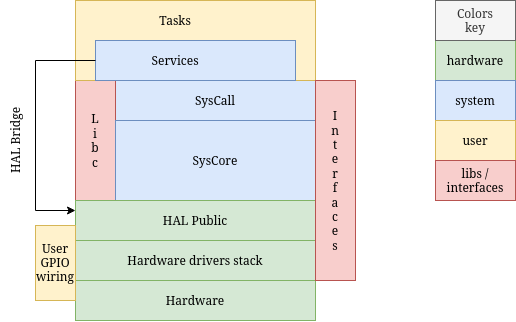
The draw.io diagram doc/TaskMate_layers_v10.png in spradere/TaskMate, before a commit. Source tidied: cells renumbered, new cells last; positions are measured from the earlier drawing's top-left corner, leaving out a move shared by most shapes. Source of this version:
```xml
<mxGraphModel>
  <root>
    <mxCell id="0" />
    <mxCell id="1" parent="0" />
    <mxCell id="2" style="rounded=0;whiteSpace=wrap;html=1;fillColor=#dae8fc;strokeColor=#6c8ebf;" parent="1" vertex="1">
      <mxGeometry x="150" y="80" width="200" height="40" as="geometry" />
    </mxCell>
    <mxCell id="3" style="rounded=0;whiteSpace=wrap;html=1;fillColor=#f8cecc;strokeColor=#b85450;" parent="1" vertex="1">
      <mxGeometry x="110" y="80" width="40" height="120" as="geometry" />
    </mxCell>
    <mxCell id="4" style="rounded=0;whiteSpace=wrap;html=1;fillColor=#fff2cc;strokeColor=#d6b656;" parent="1" vertex="1">
      <mxGeometry x="110" width="240" height="80" as="geometry" />
    </mxCell>
    <mxCell id="5" style="rounded=0;whiteSpace=wrap;html=1;fillColor=#dae8fc;strokeColor=#6c8ebf;" parent="1" vertex="1">
      <mxGeometry x="150" y="120" width="200" height="80" as="geometry" />
    </mxCell>
    <mxCell id="6" value="hardware" style="rounded=0;whiteSpace=wrap;html=1;fillColor=#d5e8d4;strokeColor=#82b366;" parent="1" vertex="1">
      <mxGeometry x="470" y="40" width="80" height="40" as="geometry" />
    </mxCell>
    <mxCell id="7" value="system" style="rounded=0;whiteSpace=wrap;html=1;fillColor=#dae8fc;strokeColor=#6c8ebf;" parent="1" vertex="1">
      <mxGeometry x="470" y="80" width="80" height="40" as="geometry" />
    </mxCell>
    <mxCell id="8" value="user" style="rounded=0;whiteSpace=wrap;html=1;fillColor=#fff2cc;strokeColor=#d6b656;" parent="1" vertex="1">
      <mxGeometry x="470" y="120" width="80" height="40" as="geometry" />
    </mxCell>
    <mxCell id="9" value="&lt;div&gt;Colors&lt;/div&gt;&lt;div&gt;key&lt;/div&gt;" style="rounded=0;whiteSpace=wrap;html=1;fillColor=#f5f5f5;fontColor=#333333;strokeColor=#666666;" parent="1" vertex="1">
      <mxGeometry x="470" width="80" height="40" as="geometry" />
    </mxCell>
    <mxCell id="10" value="SysCore" style="text;html=1;whiteSpace=wrap;strokeColor=none;fillColor=none;align=center;verticalAlign=middle;rounded=0;" parent="1" vertex="1">
      <mxGeometry x="220" y="145" width="60" height="30" as="geometry" />
    </mxCell>
    <mxCell id="11" value="SysCall" style="text;html=1;whiteSpace=wrap;strokeColor=none;fillColor=none;align=center;verticalAlign=middle;rounded=0;" parent="1" vertex="1">
      <mxGeometry x="220" y="85" width="60" height="30" as="geometry" />
    </mxCell>
    <mxCell id="12" style="rounded=0;whiteSpace=wrap;html=1;fillColor=#dae8fc;strokeColor=#6c8ebf;" parent="1" vertex="1">
      <mxGeometry x="130" y="40" width="200" height="40" as="geometry" />
    </mxCell>
    <mxCell id="13" value="Services" style="text;html=1;whiteSpace=wrap;strokeColor=none;fillColor=none;align=center;verticalAlign=middle;rounded=0;" parent="1" vertex="1">
      <mxGeometry x="180" y="45" width="60" height="30" as="geometry" />
    </mxCell>
    <mxCell id="14" value="&lt;div&gt;Tasks&lt;/div&gt;" style="text;html=1;whiteSpace=wrap;strokeColor=none;fillColor=none;align=center;verticalAlign=middle;rounded=0;" parent="1" vertex="1">
      <mxGeometry x="180" y="5" width="60" height="30" as="geometry" />
    </mxCell>
    <mxCell id="15" style="rounded=0;whiteSpace=wrap;html=1;fillColor=#d5e8d4;strokeColor=#82b366;" parent="1" vertex="1">
      <mxGeometry x="110" y="200" width="240" height="40" as="geometry" />
    </mxCell>
    <mxCell id="16" style="rounded=0;whiteSpace=wrap;html=1;fillColor=#d5e8d4;strokeColor=#82b366;" parent="1" vertex="1">
      <mxGeometry x="110" y="240" width="240" height="40" as="geometry" />
    </mxCell>
    <mxCell id="17" style="rounded=0;whiteSpace=wrap;html=1;fillColor=#d5e8d4;strokeColor=#82b366;" parent="1" vertex="1">
      <mxGeometry x="110" y="280" width="240" height="40" as="geometry" />
    </mxCell>
    <mxCell id="18" style="group;" parent="1" vertex="1">
      <mxGeometry x="470" y="160" width="80" height="40" as="geometry" />
    </mxCell>
    <mxCell id="19" style="rounded=0;whiteSpace=wrap;html=1;fillColor=#f8cecc;strokeColor=#b85450;" parent="18" vertex="1">
      <mxGeometry width="80" height="40" as="geometry" />
    </mxCell>
    <mxCell id="20" value="libs / interfaces" style="text;html=1;whiteSpace=wrap;strokeColor=none;fillColor=none;align=center;verticalAlign=middle;rounded=0;" parent="18" vertex="1">
      <mxGeometry x="10" y="5" width="60" height="30" as="geometry" />
    </mxCell>
    <mxCell id="21" style="rounded=0;whiteSpace=wrap;html=1;fillColor=#f8cecc;strokeColor=#b85450;" parent="1" vertex="1">
      <mxGeometry x="350" y="80" width="40" height="200" as="geometry" />
    </mxCell>
    <mxCell id="22" value="&lt;div&gt;I&lt;/div&gt;&lt;div&gt;n&lt;/div&gt;&lt;div&gt;t&lt;/div&gt;&lt;div&gt;e&lt;/div&gt;&lt;div&gt;r&lt;/div&gt;&lt;div&gt;f&lt;/div&gt;&lt;div&gt;a&lt;/div&gt;&lt;div&gt;c&lt;/div&gt;&lt;div&gt;e&lt;/div&gt;&lt;div&gt;s&lt;/div&gt;" style="text;html=1;whiteSpace=wrap;strokeColor=none;fillColor=none;align=center;verticalAlign=middle;rounded=0;" parent="1" vertex="1">
      <mxGeometry x="350" y="100" width="40" height="160" as="geometry" />
    </mxCell>
    <mxCell id="23" value="HAL Public" style="text;html=1;whiteSpace=wrap;strokeColor=none;fillColor=none;align=center;verticalAlign=middle;rounded=0;" parent="1" vertex="1">
      <mxGeometry x="190" y="205" width="80" height="30" as="geometry" />
    </mxCell>
    <mxCell id="24" value="Hardware drivers stack" style="text;html=1;whiteSpace=wrap;strokeColor=none;fillColor=none;align=center;verticalAlign=middle;rounded=0;" parent="1" vertex="1">
      <mxGeometry x="125" y="245" width="210" height="30" as="geometry" />
    </mxCell>
    <mxCell id="25" value="Hardware" style="text;html=1;whiteSpace=wrap;strokeColor=none;fillColor=none;align=center;verticalAlign=middle;rounded=0;" parent="1" vertex="1">
      <mxGeometry x="200" y="285" width="60" height="30" as="geometry" />
    </mxCell>
    <mxCell id="26" value="&lt;div&gt;L&lt;/div&gt;&lt;div&gt;i&lt;/div&gt;&lt;div&gt;b&lt;/div&gt;&lt;div&gt;c&lt;/div&gt;" style="text;html=1;whiteSpace=wrap;strokeColor=none;fillColor=none;align=center;verticalAlign=middle;rounded=0;rotation=0;" parent="1" vertex="1">
      <mxGeometry x="110" y="100" width="40" height="80" as="geometry" />
    </mxCell>
    <mxCell id="27" style="endArrow=none;startArrow=classic;html=1;rounded=0;exitX=0;exitY=0.25;exitDx=0;exitDy=0;entryX=0;entryY=0.5;entryDx=0;entryDy=0;edgeStyle=orthogonalEdgeStyle;endFill=0;" parent="1" edge="1" source="15" target="12">
      <mxGeometry relative="1" as="geometry">
        <Array as="points">
          <mxPoint x="70" y="210" />
          <mxPoint x="70" y="60" />
        </Array>
      </mxGeometry>
    </mxCell>
    <mxCell id="28" value="HAL Bridge" style="text;html=1;whiteSpace=wrap;strokeColor=none;fillColor=none;align=center;verticalAlign=middle;rounded=0;rotation=270;" parent="1" vertex="1">
      <mxGeometry y="125" width="100" height="30" as="geometry" />
    </mxCell>
    <mxCell id="29" value="&lt;div&gt;User&lt;/div&gt;&lt;div&gt;GPIO&lt;/div&gt;&lt;div&gt;wiring&lt;/div&gt;" style="rounded=0;whiteSpace=wrap;html=1;fillColor=#fff2cc;strokeColor=#d6b656;" parent="1" vertex="1">
      <mxGeometry x="70" y="225" width="40" height="75" as="geometry" />
    </mxCell>
  </root>
</mxGraphModel>
```
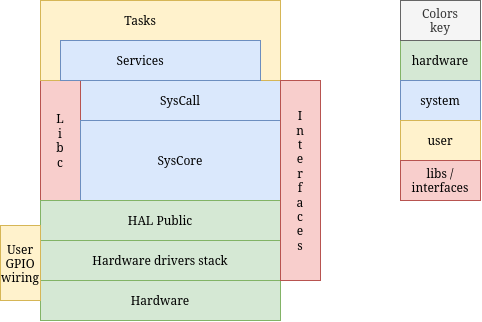
Above is the later version.

Diff of the diagram source:
```diff
@@ -77,17 +77,6 @@
     <mxCell id="26" value="&lt;div&gt;L&lt;/div&gt;&lt;div&gt;i&lt;/div&gt;&lt;div&gt;b&lt;/div&gt;&lt;div&gt;c&lt;/div&gt;" style="text;html=1;whiteSpace=wrap;strokeColor=none;fillColor=none;align=center;verticalAlign=middle;rounded=0;rotation=0;" parent="1" vertex="1">
       <mxGeometry x="110" y="100" width="40" height="80" as="geometry" />
     </mxCell>
-    <mxCell id="27" style="endArrow=none;startArrow=classic;html=1;rounded=0;exitX=0;exitY=0.25;exitDx=0;exitDy=0;entryX=0;entryY=0.5;entryDx=0;entryDy=0;edgeStyle=orthogonalEdgeStyle;endFill=0;" parent="1" edge="1" source="15" target="12">
-      <mxGeometry relative="1" as="geometry">
-        <Array as="points">
-          <mxPoint x="70" y="210" />
-          <mxPoint x="70" y="60" />
-        </Array>
-      </mxGeometry>
-    </mxCell>
-    <mxCell id="28" value="HAL Bridge" style="text;html=1;whiteSpace=wrap;strokeColor=none;fillColor=none;align=center;verticalAlign=middle;rounded=0;rotation=270;" parent="1" vertex="1">
-      <mxGeometry y="125" width="100" height="30" as="geometry" />
-    </mxCell>
     <mxCell id="29" value="&lt;div&gt;User&lt;/div&gt;&lt;div&gt;GPIO&lt;/div&gt;&lt;div&gt;wiring&lt;/div&gt;" style="rounded=0;whiteSpace=wrap;html=1;fillColor=#fff2cc;strokeColor=#d6b656;" parent="1" vertex="1">
       <mxGeometry x="70" y="225" width="40" height="75" as="geometry" />
     </mxCell>
```
